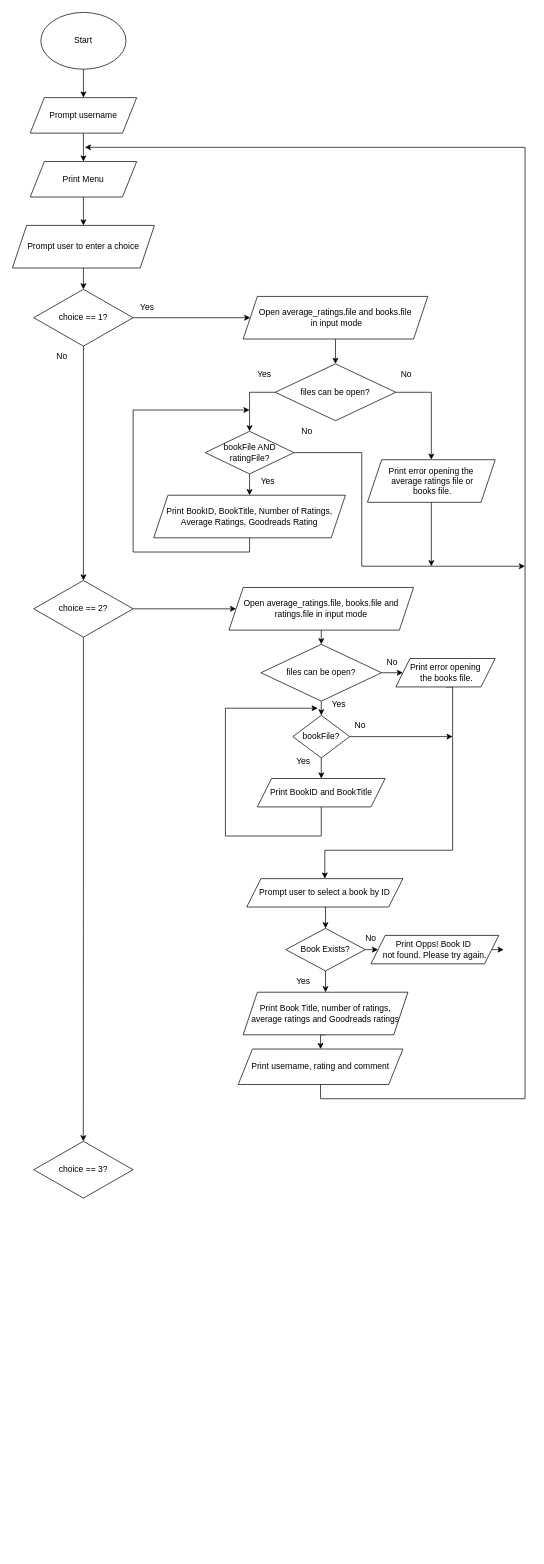
Before: Assessment/Untitled Diagram.drawio in EzraChai/CPT111, a draw.io diagram. Source tidied: cells renumbered, new cells numbered last; positions are measured from the earlier drawing's top-left corner, leaving out a move shared by most shapes. Both pictures are drawn from the tidied source at 71%, with x=0, y=0 at pixel (12, 12).
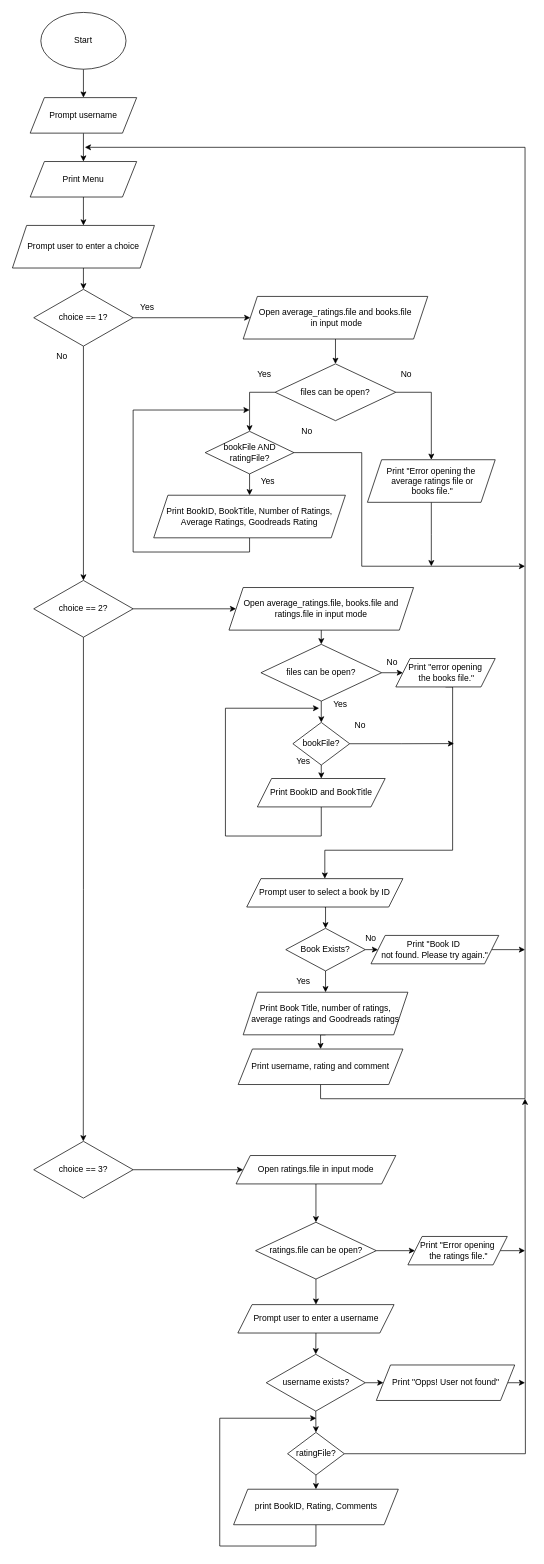
Above is the later version.

Unchanged cells that the change refers to:
```xml
<mxCell id="42" value="Print BookID and BookTitle" style="shape=parallelogram;perimeter=parallelogramPerimeter;whiteSpace=wrap;html=1;fixedSize=1;" parent="1" vertex="1">
  <mxGeometry x="345" y="1079" width="180" height="40" as="geometry" />
</mxCell>
<mxCell id="45" value="No" style="text;html=1;align=center;verticalAlign=middle;whiteSpace=wrap;rounded=0;" parent="1" vertex="1">
  <mxGeometry x="460" y="990" width="60" height="30" as="geometry" />
</mxCell>
<mxCell id="61" value="choice == 3?" style="rhombus;whiteSpace=wrap;html=1;" parent="1" vertex="1">
  <mxGeometry x="30" y="1590" width="140" height="80" as="geometry" />
</mxCell>
```

The edit, as a diff of the source:
```diff
@@
-    <mxCell id="22" value="&lt;div&gt;Print error opening the&lt;/div&gt;&lt;div&gt;&amp;nbsp;average ratings file or&lt;/div&gt;&lt;div&gt;&amp;nbsp;books file.&lt;/div&gt;" style="shape=parallelogram;perimeter=parallelogramPerimeter;whiteSpace=wrap;html=1;fixedSize=1;" parent="1" vertex="1">
+    <mxCell id="22" value="&lt;div&gt;Print &quot;Error opening the&lt;/div&gt;&lt;div&gt;&amp;nbsp;average ratings file or&lt;/div&gt;&lt;div&gt;&amp;nbsp;books file.&quot;&lt;/div&gt;" style="shape=parallelogram;perimeter=parallelogramPerimeter;whiteSpace=wrap;html=1;fixedSize=1;" parent="1" vertex="1">
       <mxGeometry x="500" y="630" width="180" height="60" as="geometry" />
     </mxCell>
@@
+    <mxCell id="64" style="edgeStyle=orthogonalEdgeStyle;rounded=0;jettySize=auto;html=1;exitX=1;exitY=0.5;exitDx=0;exitDy=0;" parent="1" edge="1" source="40">
+      <mxGeometry relative="1" as="geometry">
+        <mxPoint x="622" y="1029.8" as="targetPoint" />
+      </mxGeometry>
+    </mxCell>
     <mxCell id="40" value="bookFile?" style="rhombus;whiteSpace=wrap;html=1;" parent="1" vertex="1">
-      <mxGeometry x="395" y="990" width="80" height="60" as="geometry" />
+      <mxGeometry x="395" y="1000" width="80" height="60" as="geometry" />
     </mxCell>
     <mxCell id="41" style="edgeStyle=orthogonalEdgeStyle;rounded=0;jettySize=auto;html=1;exitX=0.5;exitY=1;exitDx=0;exitDy=0;" parent="1" edge="1" source="42">
       <mxGeometry relative="1" as="geometry">
-        <mxPoint x="430" y="980" as="targetPoint" />
+        <mxPoint x="432" y="980" as="targetPoint" />
         <Array as="points">
           <mxPoint x="435" y="1160" />
           <mxPoint x="300" y="1160" />
           <mxPoint x="300" y="980" />
         </Array>
       </mxGeometry>
     </mxCell>
@@
     <mxCell id="43" value="Yes" style="text;html=1;align=center;verticalAlign=middle;whiteSpace=wrap;rounded=0;" parent="1" vertex="1">
-      <mxGeometry x="430" y="960" width="60" height="30" as="geometry" />
+      <mxGeometry x="432" y="960" width="60" height="30" as="geometry" />
     </mxCell>
-    <mxCell id="44" style="edgeStyle=orthogonalEdgeStyle;rounded=0;jettySize=auto;html=1;exitX=0.25;exitY=1;exitDx=0;exitDy=0;" parent="1" edge="1" source="45">
-      <mxGeometry relative="1" as="geometry">
-        <mxPoint x="620" y="1020" as="targetPoint" />
-        <Array as="points">
-          <mxPoint x="550" y="1020" />
-          <mxPoint x="550" y="1020" />
-        </Array>
-      </mxGeometry>
-    </mxCell>
@@
-    <mxCell id="47" value="&lt;div&gt;Print error opening&lt;/div&gt;&lt;div&gt;&amp;nbsp;the books file.&lt;/div&gt;" style="shape=parallelogram;perimeter=parallelogramPerimeter;whiteSpace=wrap;html=1;fixedSize=1;" parent="1" vertex="1">
+    <mxCell id="47" value="&lt;div&gt;Print &quot;error opening&lt;/div&gt;&lt;div&gt;&amp;nbsp;the books file.&quot;&lt;/div&gt;" style="shape=parallelogram;perimeter=parallelogramPerimeter;whiteSpace=wrap;html=1;fixedSize=1;" parent="1" vertex="1">
       <mxGeometry x="540" y="910" width="140" height="40" as="geometry" />
     </mxCell>
@@
+    <mxCell id="65" style="edgeStyle=orthogonalEdgeStyle;rounded=0;jettySize=auto;html=1;exitX=1;exitY=0.5;exitDx=0;exitDy=0;entryX=0;entryY=0.5;entryDx=0;entryDy=0;" parent="1" edge="1" source="61" target="67">
+      <mxGeometry relative="1" as="geometry" />
+    </mxCell>
@@
     <mxCell id="62" style="edgeStyle=orthogonalEdgeStyle;rounded=0;jettySize=auto;html=1;exitX=1;exitY=0.5;exitDx=0;exitDy=0;" parent="1" edge="1" source="63">
       <mxGeometry relative="1" as="geometry">
-        <mxPoint x="692" y="1319.9" as="targetPoint" />
+        <mxPoint x="722" y="1320" as="targetPoint" />
       </mxGeometry>
     </mxCell>
-    <mxCell id="63" value="&lt;div&gt;Print Opps! Book ID&amp;nbsp;&lt;/div&gt;&lt;div&gt;not found. Please try again.&lt;/div&gt;" style="shape=parallelogram;perimeter=parallelogramPerimeter;whiteSpace=wrap;html=1;fixedSize=1;" parent="1" vertex="1">
+    <mxCell id="63" value="&lt;div&gt;Print &quot;Book ID&amp;nbsp;&lt;/div&gt;&lt;div&gt;not found. Please try again.&quot;&lt;/div&gt;" style="shape=parallelogram;perimeter=parallelogramPerimeter;whiteSpace=wrap;html=1;fixedSize=1;" parent="1" vertex="1">
       <mxGeometry x="505" y="1300" width="180" height="40" as="geometry" />
     </mxCell>
+    <mxCell id="66" style="edgeStyle=orthogonalEdgeStyle;rounded=0;jettySize=auto;html=1;exitX=0.5;exitY=1;exitDx=0;exitDy=0;entryX=0.5;entryY=0;entryDx=0;entryDy=0;" parent="1" edge="1" source="67" target="70">
+      <mxGeometry relative="1" as="geometry" />
+    </mxCell>
+    <mxCell id="67" value="&lt;div&gt;Open ratings.file in input mode&lt;/div&gt;" style="shape=parallelogram;perimeter=parallelogramPerimeter;whiteSpace=wrap;html=1;fixedSize=1;" parent="1" vertex="1">
+      <mxGeometry x="315" y="1610" width="225" height="40" as="geometry" />
+    </mxCell>
+    <mxCell id="68" style="edgeStyle=orthogonalEdgeStyle;rounded=0;jettySize=auto;html=1;exitX=1;exitY=0.5;exitDx=0;exitDy=0;entryX=0;entryY=0.5;entryDx=0;entryDy=0;" parent="1" edge="1" source="70" target="72">
+      <mxGeometry relative="1" as="geometry" />
+    </mxCell>
+    <mxCell id="69" style="edgeStyle=orthogonalEdgeStyle;rounded=0;jettySize=auto;html=1;exitX=0.5;exitY=1;exitDx=0;exitDy=0;entryX=0.5;entryY=0;entryDx=0;entryDy=0;" parent="1" edge="1" source="70" target="74">
+      <mxGeometry relative="1" as="geometry" />
+    </mxCell>
+    <mxCell id="70" value="ratings.file can be open?" style="rhombus;whiteSpace=wrap;html=1;" parent="1" vertex="1">
+      <mxGeometry x="342.5" y="1704" width="170" height="80" as="geometry" />
+    </mxCell>
+    <mxCell id="71" style="edgeStyle=orthogonalEdgeStyle;rounded=0;jettySize=auto;html=1;exitX=1;exitY=0.5;exitDx=0;exitDy=0;" parent="1" edge="1" source="72">
+      <mxGeometry relative="1" as="geometry">
+        <mxPoint x="722" y="1744.1" as="targetPoint" />
+      </mxGeometry>
+    </mxCell>
+    <mxCell id="72" value="&lt;div&gt;Print &quot;Error opening&lt;/div&gt;&lt;div&gt;&amp;nbsp;the ratings file.&quot;&lt;/div&gt;" style="shape=parallelogram;perimeter=parallelogramPerimeter;whiteSpace=wrap;html=1;fixedSize=1;" parent="1" vertex="1">
+      <mxGeometry x="557" y="1724" width="140" height="40" as="geometry" />
+    </mxCell>
+    <mxCell id="73" style="edgeStyle=orthogonalEdgeStyle;rounded=0;jettySize=auto;html=1;exitX=0.5;exitY=1;exitDx=0;exitDy=0;entryX=0.5;entryY=0;entryDx=0;entryDy=0;" parent="1" edge="1" source="74" target="77">
+      <mxGeometry relative="1" as="geometry" />
+    </mxCell>
+    <mxCell id="74" value="Prompt user to enter a username" style="shape=parallelogram;perimeter=parallelogramPerimeter;whiteSpace=wrap;html=1;fixedSize=1;" parent="1" vertex="1">
+      <mxGeometry x="317.5" y="1820" width="220" height="40" as="geometry" />
+    </mxCell>
+    <mxCell id="75" style="edgeStyle=orthogonalEdgeStyle;rounded=0;jettySize=auto;html=1;exitX=0.5;exitY=1;exitDx=0;exitDy=0;entryX=0.5;entryY=0;entryDx=0;entryDy=0;" parent="1" edge="1" source="77" target="80">
+      <mxGeometry relative="1" as="geometry" />
+    </mxCell>
+    <mxCell id="76" style="edgeStyle=orthogonalEdgeStyle;rounded=0;jettySize=auto;html=1;exitX=1;exitY=0.5;exitDx=0;exitDy=0;entryX=0;entryY=0.5;entryDx=0;entryDy=0;" parent="1" edge="1" source="77" target="84">
+      <mxGeometry relative="1" as="geometry" />
+    </mxCell>
+    <mxCell id="77" value="username exists?" style="rhombus;whiteSpace=wrap;html=1;" parent="1" vertex="1">
+      <mxGeometry x="357.5" y="1890" width="139.5" height="80" as="geometry" />
+    </mxCell>
+    <mxCell id="78" style="edgeStyle=orthogonalEdgeStyle;rounded=0;jettySize=auto;html=1;exitX=0.5;exitY=1;exitDx=0;exitDy=0;entryX=0.5;entryY=0;entryDx=0;entryDy=0;" parent="1" edge="1" source="80" target="82">
+      <mxGeometry relative="1" as="geometry" />
+    </mxCell>
+    <mxCell id="79" style="edgeStyle=orthogonalEdgeStyle;rounded=0;jettySize=auto;html=1;exitX=1;exitY=0.5;exitDx=0;exitDy=0;" parent="1" edge="1" source="80">
+      <mxGeometry relative="1" as="geometry">
+        <mxPoint x="722" y="1530" as="targetPoint" />
+      </mxGeometry>
+    </mxCell>
+    <mxCell id="80" value="ratingFile?" style="rhombus;whiteSpace=wrap;html=1;" parent="1" vertex="1">
+      <mxGeometry x="387.5" y="2000" width="80" height="60" as="geometry" />
+    </mxCell>
+    <mxCell id="81" style="edgeStyle=orthogonalEdgeStyle;rounded=0;jettySize=auto;html=1;exitX=0.5;exitY=1;exitDx=0;exitDy=0;" parent="1" edge="1" source="82">
+      <mxGeometry relative="1" as="geometry">
+        <mxPoint x="428" y="1980" as="targetPoint" />
+        <Array as="points">
+          <mxPoint x="428" y="2160" />
+          <mxPoint x="292" y="2160" />
+          <mxPoint x="292" y="1980" />
+        </Array>
+      </mxGeometry>
+    </mxCell>
+    <mxCell id="82" value="print BookID, Rating, Comments" style="shape=parallelogram;perimeter=parallelogramPerimeter;whiteSpace=wrap;html=1;fixedSize=1;" parent="1" vertex="1">
+      <mxGeometry x="311.5" y="2080" width="232" height="50" as="geometry" />
+    </mxCell>
+    <mxCell id="83" style="edgeStyle=orthogonalEdgeStyle;rounded=0;jettySize=auto;html=1;exitX=1;exitY=0.5;exitDx=0;exitDy=0;" parent="1" edge="1" source="84">
+      <mxGeometry relative="1" as="geometry">
+        <mxPoint x="722" y="1929.8" as="targetPoint" />
+      </mxGeometry>
+    </mxCell>
+    <mxCell id="84" value="&lt;div&gt;Print &quot;Opps! User not found&quot;&lt;/div&gt;" style="shape=parallelogram;perimeter=parallelogramPerimeter;whiteSpace=wrap;html=1;fixedSize=1;" parent="1" vertex="1">
+      <mxGeometry x="512.5" y="1905" width="195" height="50" as="geometry" />
+    </mxCell>
```
